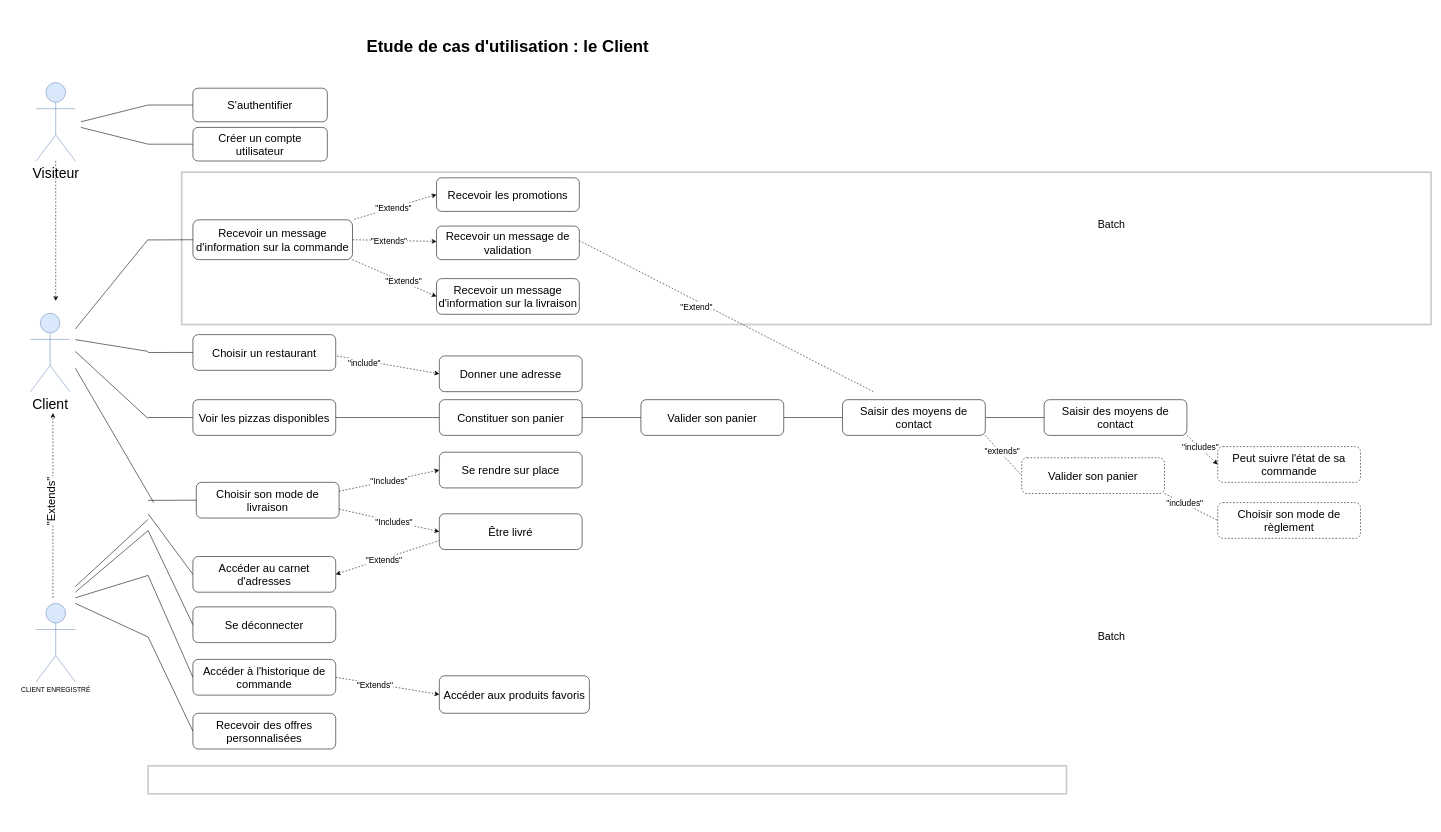
OMorlotti/P4-analyser-les-besoin-de-mon-client-pour-son-groupe-de-pizzerias keeps this draw.io diagram as 1.drawio. Above is the earlier version. Source tidied: cells renumbered, new cells numbered last; positions are measured from the earlier drawing's top-left corner, leaving out a move shared by most shapes. Both pictures are drawn from the tidied source at 56%, with x=0, y=0 at pixel (30, 32).
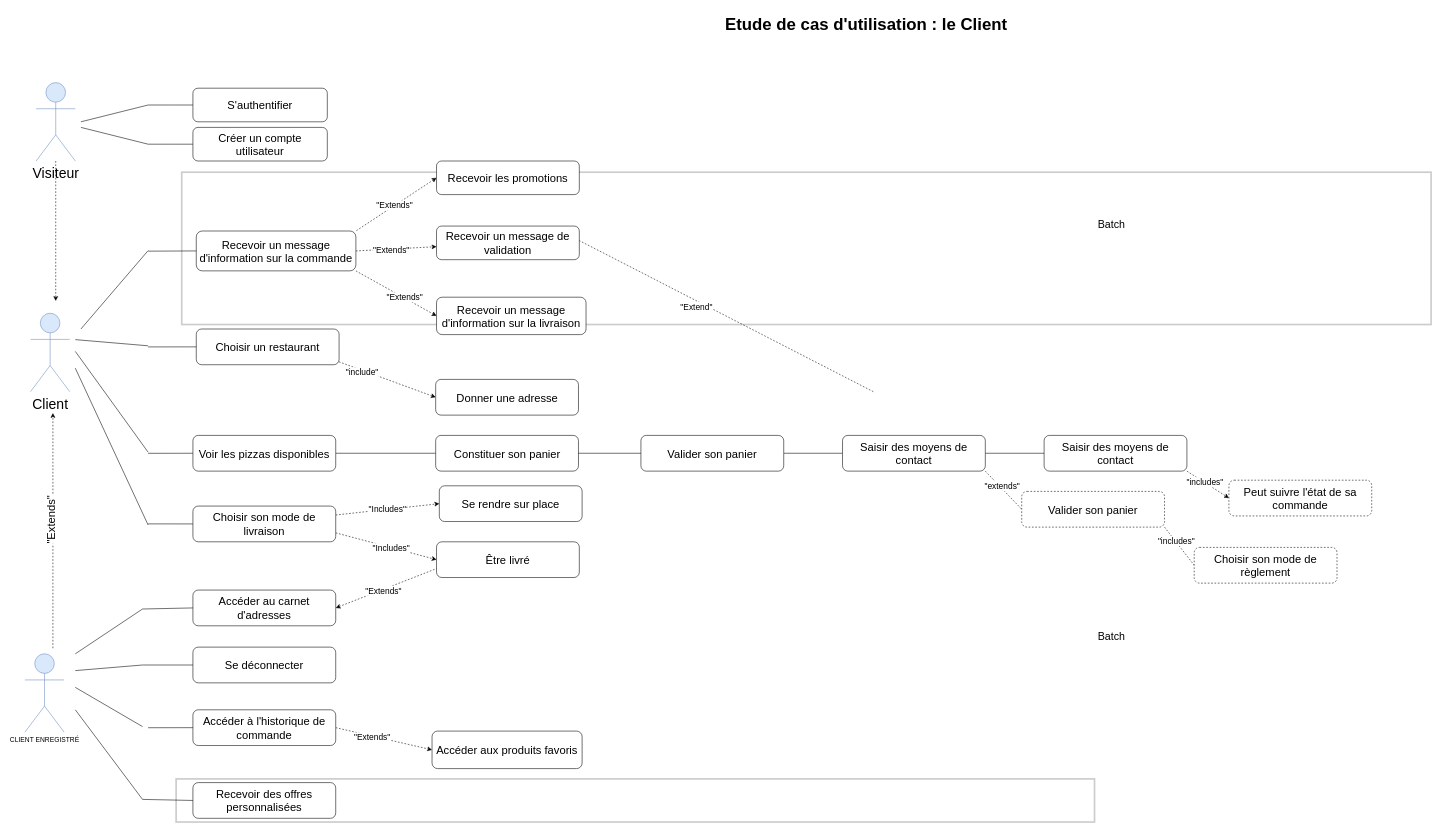
Above is the later version.

Diff of the diagram source:
```diff
@@
     <mxCell id="2" style="rounded=0;whiteSpace=wrap;html=1;opacity=20;strokeWidth=3;perimeterSpacing=0;" parent="1" vertex="1">
-      <mxGeometry x="210" y="1310" width="1640" height="50" as="geometry" />
+      <mxGeometry x="260" y="1333.4" width="1640" height="77" as="geometry" />
     </mxCell>
@@
     <mxCell id="4" value="CLIENT ENREGISTRÉ" style="shape=umlActor;verticalLabelPosition=bottom;labelBackgroundColor=#ffffff;verticalAlign=top;html=1;fillColor=#dae8fc;strokeColor=#6c8ebf;" parent="1" vertex="1">
-      <mxGeometry x="10" y="1020" width="70" height="140" as="geometry" />
+      <mxGeometry x="-10" y="1110" width="70" height="140" as="geometry" />
     </mxCell>
-    <mxCell id="5" style="endArrow=none;html=1;endFill=0;" parent="1" edge="1">
-      <mxGeometry relative="1" as="geometry">
-        <mxPoint x="80" y="990" as="sourcePoint" />
-        <mxPoint x="210" y="870" as="targetPoint" />
-      </mxGeometry>
-    </mxCell>
-    <mxCell id="6" style="endArrow=none;html=1;endFill=0;entryX=0;entryY=0.5;entryDx=0;entryDy=0;" parent="1" edge="1" target="76">
-      <mxGeometry relative="1" as="geometry">
-        <mxPoint x="210" y="860" as="sourcePoint" />
-      </mxGeometry>
-    </mxCell>
-    <mxCell id="7" style="endArrow=none;html=1;" parent="1" edge="1">
-      <mxGeometry relative="1" as="geometry">
-        <mxPoint x="80" y="1000" as="sourcePoint" />
-        <mxPoint x="210" y="890" as="targetPoint" />
-      </mxGeometry>
-    </mxCell>
-    <mxCell id="8" style="endArrow=none;html=1;entryX=0;entryY=0.5;entryDx=0;entryDy=0;" parent="1" edge="1" target="77">
-      <mxGeometry relative="1" as="geometry">
-        <mxPoint x="210" y="890" as="sourcePoint" />
-      </mxGeometry>
-    </mxCell>
     <mxCell id="9" value="&lt;font size=&quot;1&quot;&gt;&lt;b style=&quot;font-size: 30px&quot;&gt;Etude de cas d'utilisation : le Client&lt;/b&gt;&lt;/font&gt;" style="text;html=1;strokeColor=none;fillColor=#ffffff;align=center;verticalAlign=middle;whiteSpace=wrap;rounded=0;" parent="1" vertex="1">
-      <mxGeometry x="575" width="555" height="50" as="geometry" />
+      <mxGeometry x="1215" y="-40" width="555" height="50" as="geometry" />
     </mxCell>
@@
     <mxCell id="11" style="endArrow=none;html=1;entryX=0;entryY=0.5;entryDx=0;entryDy=0;" parent="1" edge="1" target="73">
       <mxGeometry relative="1" as="geometry">
-        <mxPoint x="210" y="836" as="sourcePoint" />
+        <mxPoint x="210" y="878" as="sourcePoint" />
       </mxGeometry>
     </mxCell>
@@
     <mxCell id="16" style="endArrow=none;html=1;entryX=0;entryY=0.5;entryDx=0;entryDy=0;" parent="1" edge="1" target="64">
       <mxGeometry relative="1" as="geometry">
-        <mxPoint x="210" y="688" as="sourcePoint" />
+        <mxPoint x="210" y="752" as="sourcePoint" />
       </mxGeometry>
     </mxCell>
@@
     <mxCell id="18" style="endArrow=classic;html=1;dashed=1;" parent="1" edge="1">
       <mxGeometry relative="1" as="geometry">
-        <mxPoint x="40" y="1010" as="sourcePoint" />
+        <mxPoint x="40" y="1100" as="sourcePoint" />
         <mxPoint x="40" y="680" as="targetPoint" />
       </mxGeometry>
     </mxCell>
@@
-    <mxCell id="32" style="endArrow=none;html=1;entryX=0;entryY=0.5;entryDx=0;entryDy=0;" parent="1" edge="1" target="78">
-      <mxGeometry relative="1" as="geometry">
-        <mxPoint x="210" y="970" as="sourcePoint" />
-      </mxGeometry>
-    </mxCell>
-    <mxCell id="33" style="endArrow=none;html=1;" parent="1" edge="1">
-      <mxGeometry relative="1" as="geometry">
-        <mxPoint x="210" y="970" as="sourcePoint" />
-        <mxPoint x="80" y="1010" as="targetPoint" />
-      </mxGeometry>
-    </mxCell>
@@
-    <mxCell id="47" style="endArrow=none;html=1;" parent="1" edge="1">
-      <mxGeometry relative="1" as="geometry">
-        <mxPoint x="210" y="1080" as="sourcePoint" />
-        <mxPoint x="80" y="1020" as="targetPoint" />
-      </mxGeometry>
-    </mxCell>
-    <mxCell id="48" style="endArrow=none;html=1;entryX=0;entryY=0.5;entryDx=0;entryDy=0;" parent="1" edge="1" target="80">
-      <mxGeometry relative="1" as="geometry">
-        <mxPoint x="210" y="1080" as="sourcePoint" />
-      </mxGeometry>
-    </mxCell>
@@
     <mxCell id="55" value="&lt;font style=&quot;font-size: 20px&quot;&gt;Recevoir un message d'information sur la commande&lt;/font&gt;" style="rounded=1;whiteSpace=wrap;html=1;" parent="1" vertex="1">
-      <mxGeometry x="290" y="335" width="285" height="71.2" as="geometry" />
+      <mxGeometry x="296" y="355" width="285" height="71.2" as="geometry" />
     </mxCell>
     <mxCell id="56" value="&lt;font style=&quot;font-size: 20px&quot;&gt;Recevoir les promotions&lt;/font&gt;" style="rounded=1;whiteSpace=wrap;html=1;" parent="1" vertex="1">
-      <mxGeometry x="725" y="260" width="255" height="60" as="geometry" />
+      <mxGeometry x="725" y="230" width="255" height="60" as="geometry" />
     </mxCell>
@@
     <mxCell id="58" value="&lt;span style=&quot;font-size: 20px&quot;&gt;Recevoir un message d'information sur la livraison&lt;/span&gt;" style="rounded=1;whiteSpace=wrap;html=1;" parent="1" vertex="1">
-      <mxGeometry x="725" y="440" width="255" height="63.8" as="geometry" />
+      <mxGeometry x="725" y="473.2" width="267" height="66.8" as="geometry" />
     </mxCell>
     <mxCell id="59" style="endArrow=none;html=1;fontSize=15;entryX=0;entryY=0.5;entryDx=0;entryDy=0;" parent="1" edge="1" target="55">
       <mxGeometry relative="1" as="geometry">
-        <mxPoint x="210" y="371" as="sourcePoint" />
+        <mxPoint x="210" y="391" as="sourcePoint" />
       </mxGeometry>
     </mxCell>
-    <mxCell id="60" style="endArrow=none;html=1;fontSize=15;" parent="1" edge="1">
-      <mxGeometry relative="1" as="geometry">
-        <mxPoint x="80" y="530" as="sourcePoint" />
-        <mxPoint x="210" y="370" as="targetPoint" />
-      </mxGeometry>
-    </mxCell>
     <mxCell id="61" value="&lt;span style=&quot;font-size: 20px&quot;&gt;Donner une adresse&lt;/span&gt;" style="rounded=1;whiteSpace=wrap;html=1;" parent="1" vertex="1">
-      <mxGeometry x="730" y="578.1" width="255" height="63.8" as="geometry" />
+      <mxGeometry x="723.5" y="620" width="255" height="63.8" as="geometry" />
     </mxCell>
-    <mxCell id="62" style="edgeStyle=orthogonalEdgeStyle;rounded=0;jettySize=auto;html=1;endArrow=none;endFill=0;fontSize=15;" parent="1" edge="1" source="63">
-      <mxGeometry relative="1" as="geometry">
-        <mxPoint x="210" y="572" as="targetPoint" />
-      </mxGeometry>
-    </mxCell>
     <mxCell id="63" value="&lt;span style=&quot;font-size: 20px&quot;&gt;Choisir un restaurant&lt;/span&gt;" style="rounded=1;whiteSpace=wrap;html=1;" parent="1" vertex="1">
-      <mxGeometry x="290" y="540" width="255" height="63.8" as="geometry" />
+      <mxGeometry x="296" y="530" width="255" height="63.8" as="geometry" />
     </mxCell>
     <mxCell id="64" value="&lt;span style=&quot;font-size: 20px&quot;&gt;Voir les pizzas disponibles&lt;/span&gt;" style="rounded=1;whiteSpace=wrap;html=1;" parent="1" vertex="1">
-      <mxGeometry x="290" y="656.2" width="255" height="63.8" as="geometry" />
+      <mxGeometry x="290" y="720" width="255" height="63.8" as="geometry" />
     </mxCell>
     <mxCell id="65" value="&lt;span style=&quot;font-size: 20px&quot;&gt;Constituer son panier&lt;/span&gt;" style="rounded=1;whiteSpace=wrap;html=1;" parent="1" vertex="1">
-      <mxGeometry x="730" y="656.2" width="255" height="63.8" as="geometry" />
+      <mxGeometry x="723.5" y="720" width="255" height="63.8" as="geometry" />
     </mxCell>
     <mxCell id="66" value="&lt;span style=&quot;font-size: 20px&quot;&gt;Valider son panier&lt;/span&gt;" style="rounded=1;whiteSpace=wrap;html=1;" parent="1" vertex="1">
-      <mxGeometry x="1090" y="656.2" width="255" height="63.8" as="geometry" />
+      <mxGeometry x="1090" y="720" width="255" height="63.8" as="geometry" />
     </mxCell>
@@
     <mxCell id="68" value="&lt;span style=&quot;font-size: 20px&quot;&gt;Saisir des moyens de contact&lt;/span&gt;" style="rounded=1;whiteSpace=wrap;html=1;" parent="1" vertex="1">
-      <mxGeometry x="1450" y="656.2" width="255" height="63.8" as="geometry" />
+      <mxGeometry x="1450" y="720" width="255" height="63.8" as="geometry" />
     </mxCell>
     <mxCell id="69" value="&lt;span style=&quot;font-size: 20px&quot;&gt;Valider son panier&lt;/span&gt;" style="rounded=1;whiteSpace=wrap;html=1;dashed=1;" parent="1" vertex="1">
-      <mxGeometry x="1770" y="760" width="255" height="63.8" as="geometry" />
+      <mxGeometry x="1770" y="820" width="255" height="63.8" as="geometry" />
     </mxCell>
     <mxCell id="70" value="&lt;span style=&quot;font-size: 20px&quot;&gt;Saisir des moyens de contact&lt;/span&gt;" style="rounded=1;whiteSpace=wrap;html=1;" parent="1" vertex="1">
-      <mxGeometry x="1810" y="656.2" width="255" height="63.8" as="geometry" />
+      <mxGeometry x="1810" y="720" width="255" height="63.8" as="geometry" />
     </mxCell>
     <mxCell id="71" value="&lt;span style=&quot;font-size: 20px&quot;&gt;Choisir son mode de règlement&lt;/span&gt;" style="rounded=1;whiteSpace=wrap;html=1;dashed=1;" parent="1" vertex="1">
-      <mxGeometry x="2120" y="840" width="255" height="63.8" as="geometry" />
+      <mxGeometry x="2078" y="920" width="255" height="63.8" as="geometry" />
     </mxCell>
     <mxCell id="72" value="&lt;span style=&quot;font-size: 20px&quot;&gt;Peut suivre l'état de sa commande&lt;/span&gt;" style="rounded=1;whiteSpace=wrap;html=1;dashed=1;" parent="1" vertex="1">
-      <mxGeometry x="2120" y="740" width="255" height="63.8" as="geometry" />
+      <mxGeometry x="2140" y="800" width="255" height="63.8" as="geometry" />
     </mxCell>
     <mxCell id="73" value="&lt;span style=&quot;font-size: 20px&quot;&gt;Choisir son mode de livraison&lt;/span&gt;" style="rounded=1;whiteSpace=wrap;html=1;" parent="1" vertex="1">
-      <mxGeometry x="296" y="803.8" width="255" height="63.8" as="geometry" />
+      <mxGeometry x="290" y="846.2" width="255" height="63.8" as="geometry" />
     </mxCell>
     <mxCell id="74" value="&lt;span style=&quot;font-size: 20px&quot;&gt;Se rendre sur place&lt;/span&gt;" style="rounded=1;whiteSpace=wrap;html=1;" parent="1" vertex="1">
-      <mxGeometry x="730" y="750" width="255" height="63.8" as="geometry" />
+      <mxGeometry x="730" y="810" width="255" height="63.8" as="geometry" />
     </mxCell>
     <mxCell id="75" value="&lt;span style=&quot;font-size: 20px&quot;&gt;Être livré&lt;/span&gt;" style="rounded=1;whiteSpace=wrap;html=1;" parent="1" vertex="1">
-      <mxGeometry x="730" y="860" width="255" height="63.8" as="geometry" />
+      <mxGeometry x="725" y="910" width="255" height="63.8" as="geometry" />
     </mxCell>
     <mxCell id="76" value="&lt;span style=&quot;font-size: 20px&quot;&gt;Accéder au carnet d'adresses&lt;/span&gt;" style="rounded=1;whiteSpace=wrap;html=1;" parent="1" vertex="1">
-      <mxGeometry x="290" y="936.2" width="255" height="63.8" as="geometry" />
+      <mxGeometry x="290" y="996.2" width="255" height="63.8" as="geometry" />
     </mxCell>
     <mxCell id="77" value="&lt;span style=&quot;font-size: 20px&quot;&gt;Se déconnecter&lt;/span&gt;" style="rounded=1;whiteSpace=wrap;html=1;" parent="1" vertex="1">
-      <mxGeometry x="290" y="1026.2" width="255" height="63.8" as="geometry" />
+      <mxGeometry x="290" y="1098.1" width="255" height="63.8" as="geometry" />
     </mxCell>
     <mxCell id="78" value="&lt;span style=&quot;font-size: 20px&quot;&gt;Accéder à l'historique de commande&lt;/span&gt;" style="rounded=1;whiteSpace=wrap;html=1;" parent="1" vertex="1">
-      <mxGeometry x="290" y="1120" width="255" height="63.8" as="geometry" />
+      <mxGeometry x="290" y="1210" width="255" height="63.8" as="geometry" />
     </mxCell>
     <mxCell id="79" value="&lt;span style=&quot;font-size: 20px&quot;&gt;Accéder aux produits favoris&lt;/span&gt;" style="rounded=1;whiteSpace=wrap;html=1;" parent="1" vertex="1">
-      <mxGeometry x="730" y="1149.2" width="268" height="67" as="geometry" />
+      <mxGeometry x="717" y="1248" width="268" height="67" as="geometry" />
     </mxCell>
     <mxCell id="80" value="&lt;span style=&quot;font-size: 20px&quot;&gt;Recevoir des offres personnalisées&lt;/span&gt;" style="rounded=1;whiteSpace=wrap;html=1;" parent="1" vertex="1">
-      <mxGeometry x="290" y="1216.2" width="255" height="63.8" as="geometry" />
+      <mxGeometry x="290" y="1340" width="255" height="63.8" as="geometry" />
     </mxCell>
     <mxCell id="81" style="endArrow=none;html=1;fontSize=15;" parent="1" edge="1">
       <mxGeometry relative="1" as="geometry">
-        <mxPoint x="210" y="570" as="sourcePoint" />
+        <mxPoint x="210" y="560" as="sourcePoint" />
         <mxPoint x="80" y="549" as="targetPoint" />
       </mxGeometry>
     </mxCell>
     <mxCell id="82" style="endArrow=none;html=1;fontSize=15;" parent="1" edge="1">
       <mxGeometry relative="1" as="geometry">
-        <mxPoint x="210" y="690" as="sourcePoint" />
+        <mxPoint x="210" y="750" as="sourcePoint" />
         <mxPoint x="80" y="570" as="targetPoint" />
       </mxGeometry>
     </mxCell>
     <mxCell id="83" style="endArrow=none;html=1;fontSize=15;" parent="1" edge="1">
       <mxGeometry relative="1" as="geometry">
-        <mxPoint x="220" y="840" as="sourcePoint" />
+        <mxPoint x="210" y="880" as="sourcePoint" />
         <mxPoint x="80" y="600" as="targetPoint" />
       </mxGeometry>
     </mxCell>
+    <mxCell id="84" style="endArrow=none;html=1;fontSize=15;" parent="1" edge="1">
+      <mxGeometry relative="1" as="geometry">
+        <mxPoint x="210" y="390" as="sourcePoint" />
+        <mxPoint x="90" y="530" as="targetPoint" />
+      </mxGeometry>
+    </mxCell>
+    <mxCell id="85" style="endArrow=none;html=1;fontSize=15;entryX=0;entryY=0.5;entryDx=0;entryDy=0;" parent="1" edge="1" target="63">
+      <mxGeometry relative="1" as="geometry">
+        <mxPoint x="210" y="562" as="sourcePoint" />
+      </mxGeometry>
+    </mxCell>
+    <mxCell id="86" style="endArrow=none;html=1;fontSize=15;" parent="1" edge="1">
+      <mxGeometry relative="1" as="geometry">
+        <mxPoint x="200" y="1030" as="sourcePoint" />
+        <mxPoint x="80" y="1110" as="targetPoint" />
+      </mxGeometry>
+    </mxCell>
+    <mxCell id="87" style="endArrow=none;html=1;fontSize=15;exitX=0;exitY=0.5;exitDx=0;exitDy=0;" parent="1" edge="1" source="76">
+      <mxGeometry relative="1" as="geometry">
+        <mxPoint x="200" y="1030" as="targetPoint" />
+      </mxGeometry>
+    </mxCell>
+    <mxCell id="88" style="endArrow=none;html=1;fontSize=15;" parent="1" edge="1">
+      <mxGeometry relative="1" as="geometry">
+        <mxPoint x="200" y="1130" as="sourcePoint" />
+        <mxPoint x="80" y="1140" as="targetPoint" />
+      </mxGeometry>
+    </mxCell>
+    <mxCell id="89" style="endArrow=none;html=1;fontSize=15;entryX=0;entryY=0.5;entryDx=0;entryDy=0;" parent="1" edge="1" target="77">
+      <mxGeometry relative="1" as="geometry">
+        <mxPoint x="200" y="1130" as="sourcePoint" />
+      </mxGeometry>
+    </mxCell>
+    <mxCell id="90" style="endArrow=none;html=1;fontSize=15;" parent="1" edge="1">
+      <mxGeometry relative="1" as="geometry">
+        <mxPoint x="200" y="1240" as="sourcePoint" />
+        <mxPoint x="80" y="1170" as="targetPoint" />
+      </mxGeometry>
+    </mxCell>
+    <mxCell id="91" style="endArrow=none;html=1;fontSize=15;exitX=0;exitY=0.5;exitDx=0;exitDy=0;" parent="1" edge="1" source="78">
+      <mxGeometry relative="1" as="geometry">
+        <mxPoint x="210" y="1242" as="targetPoint" />
+      </mxGeometry>
+    </mxCell>
+    <mxCell id="92" style="endArrow=none;html=1;fontSize=15;" parent="1" edge="1">
+      <mxGeometry relative="1" as="geometry">
+        <mxPoint x="200" y="1370" as="sourcePoint" />
+        <mxPoint x="80" y="1210" as="targetPoint" />
+      </mxGeometry>
+    </mxCell>
+    <mxCell id="93" style="endArrow=none;html=1;fontSize=15;exitX=0;exitY=0.5;exitDx=0;exitDy=0;" parent="1" edge="1" source="80">
+      <mxGeometry relative="1" as="geometry">
+        <mxPoint x="200" y="1370" as="targetPoint" />
+      </mxGeometry>
+    </mxCell>
```
